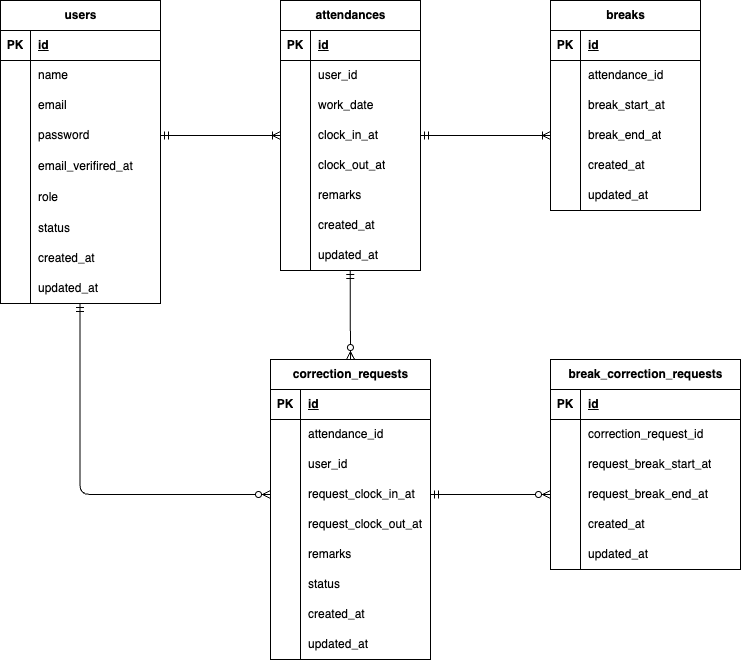
The draw.io diagram index.drawio.png in ktpsc000/attendance-management-system, before a commit. Source tidied: cells renumbered, new cells last; positions are measured from the earlier drawing's top-left corner, leaving out a move shared by most shapes.
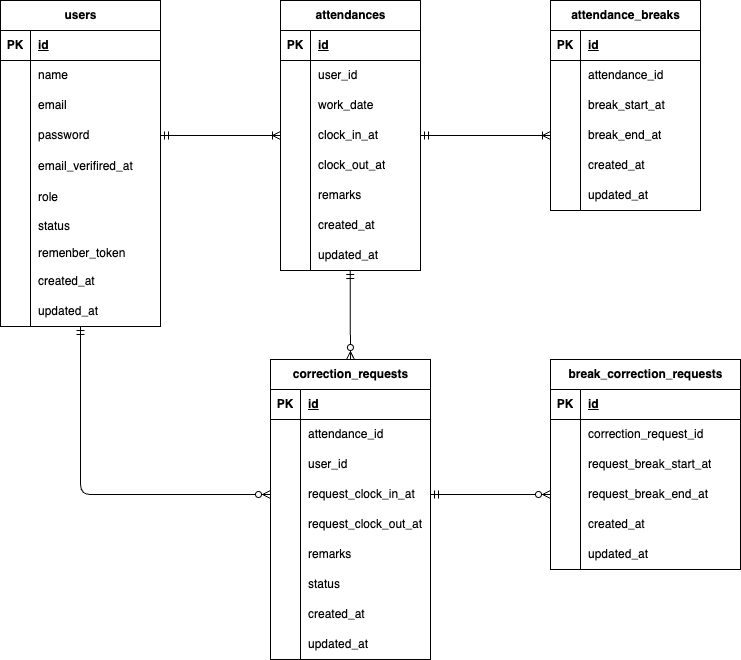
The same diagram one commit later.

The edit, as a diff of the source:
```diff
@@ -86,7 +86,7 @@
     <mxCell id="29" value="updated_at" style="shape=partialRectangle;fillColor=none;top=0;left=0;bottom=0;right=0;align=left;spacingLeft=6;overflow=hidden;whiteSpace=wrap;html=1;" parent="27" vertex="1">
       <mxGeometry x="30" width="130" height="30" as="geometry" />
     </mxCell>
-    <mxCell id="30" value="breaks" style="shape=table;startSize=30;rowLines=0;fontStyle=1;align=center;html=1;" parent="1" vertex="1">
+    <mxCell id="30" value="attendance_breaks" style="shape=table;startSize=30;rowLines=0;fontStyle=1;align=center;html=1;" parent="1" vertex="1">
       <mxGeometry x="550" width="150" height="210" as="geometry" />
     </mxCell>
     <mxCell id="31" style="shape=tableRow;horizontal=0;startSize=0;swimlaneHead=0;swimlaneBody=0;fillColor=none;top=0;left=0;right=0;bottom=1;" parent="30" vertex="1">
@@ -219,7 +219,7 @@
       <mxGeometry x="30" width="110" height="30" as="geometry" />
     </mxCell>
     <mxCell id="74" value="users" style="shape=table;startSize=30;rowLines=0;fontStyle=1;align=center;html=1;" parent="1" vertex="1">
-      <mxGeometry width="160" height="303" as="geometry" />
+      <mxGeometry width="160" height="326" as="geometry" />
     </mxCell>
     <mxCell id="75" style="shape=tableRow;horizontal=0;startSize=0;swimlaneHead=0;swimlaneBody=0;fillColor=none;top=0;left=0;right=0;bottom=1;" parent="74" vertex="1">
       <mxGeometry y="30" width="160" height="30" as="geometry" />
@@ -276,16 +276,25 @@
       <mxGeometry x="30" width="130" height="31" as="geometry" />
     </mxCell>
     <mxCell id="93" style="shape=tableRow;horizontal=0;startSize=0;swimlaneHead=0;swimlaneBody=0;fillColor=none;top=0;left=0;right=0;bottom=0;" parent="74" vertex="1">
-      <mxGeometry y="212" width="160" height="31" as="geometry" />
+      <mxGeometry y="212" width="160" height="27" as="geometry" />
     </mxCell>
     <mxCell id="94" style="shape=partialRectangle;fillColor=none;top=0;left=0;bottom=0;right=0;overflow=hidden;whiteSpace=wrap;html=1;" parent="93" vertex="1">
-      <mxGeometry width="30" height="31" as="geometry" />
+      <mxGeometry width="30" height="27" as="geometry" />
     </mxCell>
     <mxCell id="95" value="status" style="shape=partialRectangle;fillColor=none;top=0;left=0;bottom=0;right=0;align=left;spacingLeft=6;overflow=hidden;whiteSpace=wrap;html=1;" parent="93" vertex="1">
-      <mxGeometry x="30" width="130" height="31" as="geometry" />
+      <mxGeometry x="30" width="130" height="27" as="geometry" />
     </mxCell>
+    <mxCell id="126" style="shape=tableRow;horizontal=0;startSize=0;swimlaneHead=0;swimlaneBody=0;fillColor=none;top=0;left=0;right=0;bottom=0;" parent="74" vertex="1">
+      <mxGeometry y="239" width="160" height="27" as="geometry" />
+    </mxCell>
+    <mxCell id="127" style="shape=partialRectangle;fillColor=none;top=0;left=0;bottom=0;right=0;overflow=hidden;whiteSpace=wrap;html=1;" parent="126" vertex="1">
+      <mxGeometry width="30" height="27" as="geometry" />
+    </mxCell>
+    <mxCell id="128" value="remenber_token" style="shape=partialRectangle;fillColor=none;top=0;left=0;bottom=0;right=0;align=left;spacingLeft=6;overflow=hidden;whiteSpace=wrap;html=1;" parent="126" vertex="1">
+      <mxGeometry x="30" width="130" height="27" as="geometry" />
+    </mxCell>
     <mxCell id="96" style="shape=tableRow;horizontal=0;startSize=0;swimlaneHead=0;swimlaneBody=0;fillColor=none;top=0;left=0;right=0;bottom=0;" parent="74" vertex="1">
-      <mxGeometry y="243" width="160" height="30" as="geometry" />
+      <mxGeometry y="266" width="160" height="30" as="geometry" />
     </mxCell>
     <mxCell id="97" style="shape=partialRectangle;fillColor=none;top=0;left=0;bottom=0;right=0;overflow=hidden;whiteSpace=wrap;html=1;" parent="96" vertex="1">
       <mxGeometry width="30" height="30" as="geometry" />
@@ -294,7 +303,7 @@
       <mxGeometry x="30" width="130" height="30" as="geometry" />
     </mxCell>
     <mxCell id="99" style="shape=tableRow;horizontal=0;startSize=0;swimlaneHead=0;swimlaneBody=0;fillColor=none;points=[[0,0.5],[1,0.5]];portConstraint=eastwest;top=0;left=0;right=0;bottom=0;" parent="74" vertex="1">
-      <mxGeometry y="273" width="160" height="30" as="geometry" />
+      <mxGeometry y="296" width="160" height="30" as="geometry" />
     </mxCell>
     <mxCell id="100" style="shape=partialRectangle;fillColor=none;top=0;left=0;bottom=0;right=0;overflow=hidden;whiteSpace=wrap;html=1;" parent="99" vertex="1">
       <mxGeometry width="30" height="30" as="geometry" />
@@ -376,11 +385,10 @@
     <mxCell id="124" style="fontSize=12;html=1;endArrow=ERzeroToMany;startArrow=ERmandOne;strokeColor=default;exitX=1;exitY=0.5;exitDx=0;exitDy=0;entryX=0;entryY=0.5;entryDx=0;entryDy=0;" parent="1" edge="1" source="12" target="112">
       <mxGeometry relative="1" as="geometry" />
     </mxCell>
-    <mxCell id="125" style="edgeStyle=orthogonalEdgeStyle;fontSize=12;html=1;endArrow=ERzeroToMany;startArrow=ERmandOne;strokeColor=default;exitX=0.498;exitY=1;exitDx=0;exitDy=0;exitPerimeter=0;entryX=0;entryY=0.5;entryDx=0;entryDy=0;" parent="1" edge="1" target="12">
+    <mxCell id="125" style="edgeStyle=orthogonalEdgeStyle;fontSize=12;html=1;endArrow=ERzeroToMany;startArrow=ERmandOne;strokeColor=default;entryX=0;entryY=0.5;entryDx=0;entryDy=0;" parent="1" edge="1" source="99" target="12">
       <mxGeometry relative="1" as="geometry">
-        <mxPoint x="79.4" y="303" as="sourcePoint" />
         <Array as="points">
-          <mxPoint x="79" y="494" />
+          <mxPoint x="80" y="494" />
         </Array>
       </mxGeometry>
     </mxCell>
```
